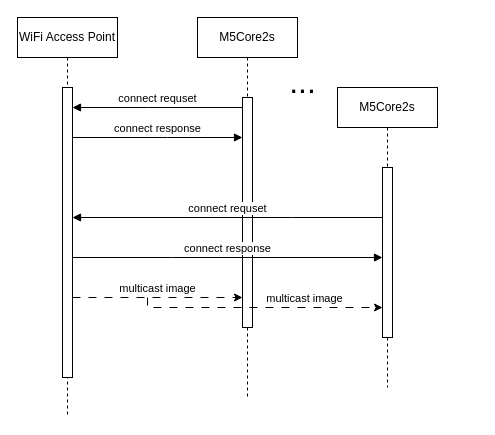
shizhan1109/Athena-yellow keeps this draw.io diagram as communicationDiagram.drawio. Above is the earlier version. Source tidied: cells renumbered, new cells numbered last; positions are measured from the earlier drawing's top-left corner, leaving out a move shared by most shapes. Both pictures are drawn from the tidied source at 100%, with x=0, y=0 at pixel (17, 17).
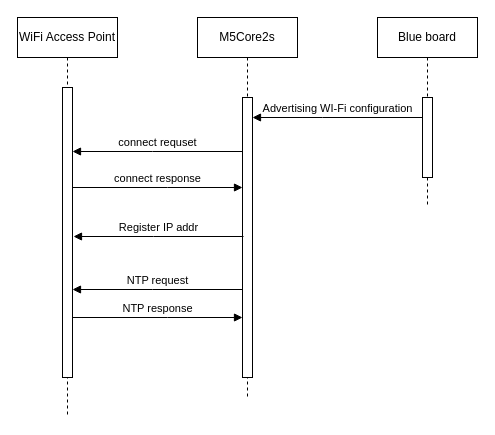
Above is the later version.

Unchanged cells that the change refers to:
```xml
<mxCell id="3" style="html=1;points=[];perimeter=orthogonalPerimeter;outlineConnect=0;targetShapes=umlLifeline;portConstraint=eastwest;newEdgeStyle={&quot;edgeStyle&quot;:&quot;elbowEdgeStyle&quot;,&quot;elbow&quot;:&quot;vertical&quot;,&quot;curved&quot;:0,&quot;rounded&quot;:0};" parent="2" vertex="1">
  <mxGeometry x="45" y="70" width="10" height="290" as="geometry" />
</mxCell>
<mxCell id="4" value="&lt;span class=&quot;fontstyle0&quot;&gt;M5Core2s&lt;/span&gt;" style="shape=umlLifeline;perimeter=lifelinePerimeter;whiteSpace=wrap;html=1;newEdgeStyle={&quot;edgeStyle&quot;:&quot;elbowEdgeStyle&quot;,&quot;elbow&quot;:&quot;vertical&quot;,&quot;curved&quot;:0,&quot;rounded&quot;:0};" parent="1" vertex="1">
  <mxGeometry x="180" width="100" height="380" as="geometry" />
</mxCell>
```

What changed in the source:
```diff
@@
     <mxCell id="5" style="html=1;points=[];perimeter=orthogonalPerimeter;outlineConnect=0;targetShapes=umlLifeline;portConstraint=eastwest;newEdgeStyle={&quot;edgeStyle&quot;:&quot;elbowEdgeStyle&quot;,&quot;elbow&quot;:&quot;vertical&quot;,&quot;curved&quot;:0,&quot;rounded&quot;:0};" parent="4" vertex="1">
-      <mxGeometry x="45" y="80" width="10" height="230" as="geometry" />
+      <mxGeometry x="45" y="80" width="10" height="280" as="geometry" />
     </mxCell>
-    <mxCell id="6" value="connect requset" style="html=1;verticalAlign=bottom;endArrow=block;edgeStyle=elbowEdgeStyle;elbow=vertical;curved=0;rounded=0;" parent="1" edge="1" source="5" target="3">
+    <mxCell id="6" value="connect requset" style="html=1;verticalAlign=bottom;endArrow=block;edgeStyle=elbowEdgeStyle;elbow=vertical;curved=0;rounded=0;" parent="1" edge="1">
       <mxGeometry relative="1" as="geometry">
+        <mxPoint x="225" y="134" as="sourcePoint" />
+        <mxPoint x="55" y="134" as="targetPoint" />
         <Array as="points">
-          <mxPoint x="130" y="90" />
+          <mxPoint x="135" y="134" />
         </Array>
       </mxGeometry>
     </mxCell>
-    <mxCell id="7" value="connect response" style="html=1;verticalAlign=bottom;endArrow=block;edgeStyle=elbowEdgeStyle;elbow=vertical;curved=0;rounded=0;" parent="1" edge="1" source="3" target="5">
+    <mxCell id="7" value="connect response" style="html=1;verticalAlign=bottom;endArrow=block;edgeStyle=elbowEdgeStyle;elbow=vertical;curved=0;rounded=0;" parent="1" edge="1">
       <mxGeometry relative="1" as="geometry">
+        <mxPoint x="55" y="170" as="sourcePoint" />
+        <mxPoint x="225" y="170" as="targetPoint" />
         <Array as="points">
-          <mxPoint x="150" y="120" />
+          <mxPoint x="150" y="170" />
         </Array>
       </mxGeometry>
     </mxCell>
-    <mxCell id="8" value="&lt;span class=&quot;fontstyle0&quot;&gt;M5Core2s&lt;/span&gt;" style="shape=umlLifeline;perimeter=lifelinePerimeter;whiteSpace=wrap;html=1;newEdgeStyle={&quot;edgeStyle&quot;:&quot;elbowEdgeStyle&quot;,&quot;elbow&quot;:&quot;vertical&quot;,&quot;curved&quot;:0,&quot;rounded&quot;:0};" parent="1" vertex="1">
-      <mxGeometry x="320" y="70" width="100" height="300" as="geometry" />
-    </mxCell>
-    <mxCell id="9" style="html=1;points=[];perimeter=orthogonalPerimeter;outlineConnect=0;targetShapes=umlLifeline;portConstraint=eastwest;newEdgeStyle={&quot;edgeStyle&quot;:&quot;elbowEdgeStyle&quot;,&quot;elbow&quot;:&quot;vertical&quot;,&quot;curved&quot;:0,&quot;rounded&quot;:0};" parent="8" vertex="1">
-      <mxGeometry x="45" y="80" width="10" height="170" as="geometry" />
-    </mxCell>
-    <mxCell id="10" value="&lt;font style=&quot;font-size: 32px;&quot;&gt;...&amp;nbsp;&lt;/font&gt;" style="text;html=1;align=center;verticalAlign=middle;whiteSpace=wrap;rounded=0;" parent="1" vertex="1">
-      <mxGeometry x="260" y="50" width="60" height="30" as="geometry" />
-    </mxCell>
-    <mxCell id="11" value="connect requset" style="html=1;verticalAlign=bottom;endArrow=block;edgeStyle=elbowEdgeStyle;elbow=vertical;curved=0;rounded=0;" parent="1" edge="1" source="9" target="3">
-      <mxGeometry relative="1" as="geometry">
-        <Array as="points">
-          <mxPoint x="275" y="200" />
-        </Array>
-      </mxGeometry>
-    </mxCell>
-    <mxCell id="12" value="connect response" style="html=1;verticalAlign=bottom;endArrow=block;edgeStyle=elbowEdgeStyle;elbow=vertical;curved=0;rounded=0;" parent="1" edge="1" source="3" target="9">
-      <mxGeometry relative="1" as="geometry">
-        <Array as="points">
-          <mxPoint x="155" y="240" />
-        </Array>
-      </mxGeometry>
-    </mxCell>
-    <mxCell id="13" style="edgeStyle=elbowEdgeStyle;rounded=0;jettySize=auto;html=1;elbow=vertical;curved=0;dashed=1;dashPattern=8 8;" parent="1" edge="1" source="3" target="5">
-      <mxGeometry relative="1" as="geometry">
-        <Array as="points">
-          <mxPoint x="150" y="280" />
-        </Array>
-      </mxGeometry>
-    </mxCell>
-    <mxCell id="14" value="multicast image" style="edgeLabel;html=1;align=center;verticalAlign=middle;" parent="13" vertex="1">
-      <mxGeometry x="0.38" y="-1" relative="1" as="geometry">
-        <mxPoint x="-33" y="-11" as="offset" />
-      </mxGeometry>
-    </mxCell>
-    <mxCell id="15" style="edgeStyle=elbowEdgeStyle;rounded=0;jettySize=auto;html=1;elbow=vertical;curved=0;dashed=1;dashPattern=8 8;" parent="1" edge="1" target="9">
-      <mxGeometry relative="1" as="geometry">
-        <mxPoint x="130" y="280" as="sourcePoint" />
-        <Array as="points">
-          <mxPoint x="270" y="290" />
-        </Array>
-      </mxGeometry>
-    </mxCell>
-    <mxCell id="16" value="multicast image" style="edgeLabel;html=1;align=center;verticalAlign=middle;" parent="15" vertex="1">
-      <mxGeometry x="0.38" y="-1" relative="1" as="geometry">
-        <mxPoint x="-3" y="-11" as="offset" />
-      </mxGeometry>
-    </mxCell>
+    <mxCell id="17" value="&lt;span class=&quot;fontstyle0&quot;&gt;Blue board&lt;/span&gt;" style="shape=umlLifeline;perimeter=lifelinePerimeter;whiteSpace=wrap;html=1;newEdgeStyle={&quot;edgeStyle&quot;:&quot;elbowEdgeStyle&quot;,&quot;elbow&quot;:&quot;vertical&quot;,&quot;curved&quot;:0,&quot;rounded&quot;:0};" parent="1" vertex="1">
+      <mxGeometry x="360" width="100" height="190" as="geometry" />
+    </mxCell>
+    <mxCell id="18" style="html=1;points=[];perimeter=orthogonalPerimeter;outlineConnect=0;targetShapes=umlLifeline;portConstraint=eastwest;newEdgeStyle={&quot;edgeStyle&quot;:&quot;elbowEdgeStyle&quot;,&quot;elbow&quot;:&quot;vertical&quot;,&quot;curved&quot;:0,&quot;rounded&quot;:0};" parent="17" vertex="1">
+      <mxGeometry x="45" y="80" width="10" height="80" as="geometry" />
+    </mxCell>
+    <mxCell id="19" value="Advertising WI-Fi configuration" style="html=1;verticalAlign=bottom;endArrow=block;edgeStyle=elbowEdgeStyle;elbow=vertical;curved=0;rounded=0;" parent="1" edge="1" source="18" target="5">
+      <mxGeometry relative="1" as="geometry">
+        <Array as="points">
+          <mxPoint x="305" y="100" />
+        </Array>
+      </mxGeometry>
+    </mxCell>
+    <mxCell id="20" value="Register IP addr" style="html=1;verticalAlign=bottom;endArrow=block;edgeStyle=elbowEdgeStyle;elbow=vertical;curved=0;rounded=0;" parent="1" edge="1">
+      <mxGeometry relative="1" as="geometry">
+        <mxPoint x="226" y="219" as="sourcePoint" />
+        <mxPoint x="56" y="219" as="targetPoint" />
+        <Array as="points">
+          <mxPoint x="136" y="219" />
+        </Array>
+      </mxGeometry>
+    </mxCell>
+    <mxCell id="21" value="NTP request" style="html=1;verticalAlign=bottom;endArrow=block;edgeStyle=elbowEdgeStyle;elbow=vertical;curved=0;rounded=0;" parent="1" edge="1">
+      <mxGeometry relative="1" as="geometry">
+        <mxPoint x="225" y="272" as="sourcePoint" />
+        <mxPoint x="55" y="272" as="targetPoint" />
+        <Array as="points">
+          <mxPoint x="135" y="272" />
+        </Array>
+      </mxGeometry>
+    </mxCell>
+    <mxCell id="22" value="NTP response" style="html=1;verticalAlign=bottom;endArrow=block;edgeStyle=elbowEdgeStyle;elbow=vertical;curved=0;rounded=0;" parent="1" edge="1">
+      <mxGeometry relative="1" as="geometry">
+        <mxPoint x="55" y="300" as="sourcePoint" />
+        <mxPoint x="225" y="300" as="targetPoint" />
+        <Array as="points">
+          <mxPoint x="150" y="300" />
+        </Array>
+      </mxGeometry>
+    </mxCell>
```
